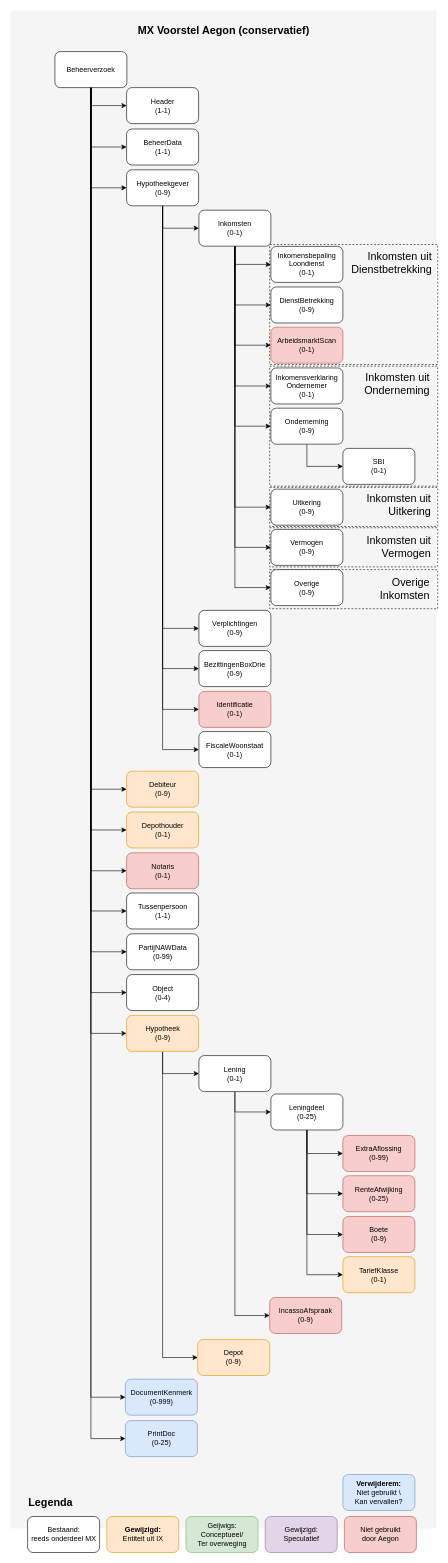
The draw.io diagram page "newCONS" (3 of 19) of 3rdPartyDatasharing-HDN-MX-SX.drawio in luchthandel/diagrams, before the edit. Source tidied: cells renumbered, new cells numbered last; positions are measured from the earlier drawing's top-left corner, leaving out a move shared by most shapes. Both pictures are drawn from the tidied source at 60%, with x=0, y=0 at pixel (10, 10).
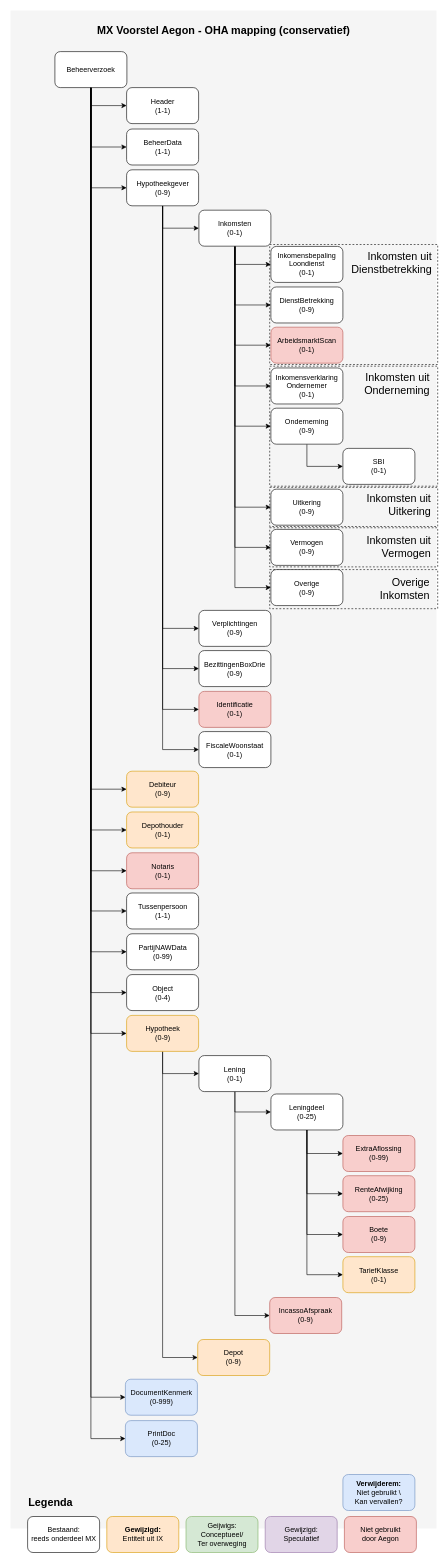
Above is the later version.

Diff of the diagram source:
```diff
@@
-    <mxCell id="59" value="&lt;font style=&quot;font-size: 18px&quot;&gt;&lt;b&gt;MX Voorstel Aegon (conservatief)&lt;/b&gt;&lt;/font&gt;" style="text;html=1;align=center;" parent="1" vertex="1">
+    <mxCell id="59" value="&lt;font style=&quot;font-size: 18px&quot;&gt;&lt;b&gt;MX Voorstel Aegon - OHA mapping (conservatief)&lt;/b&gt;&lt;/font&gt;" style="text;html=1;align=center;" parent="1" vertex="1">
       <mxGeometry y="16" width="710" height="28" as="geometry" />
     </mxCell>
```
